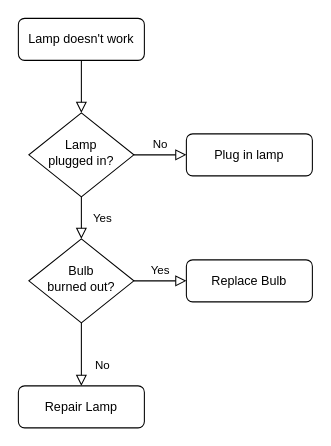
Above: TDLA跟踪序列关系图.drawio in paleblackless/diagrams (draw.io), before the change. Source tidied: cells renumbered, new cells numbered last; positions are measured from the earlier drawing's top-left corner, leaving out a move shared by most shapes. Both pictures are drawn from the tidied source at 105%, with x=0, y=0 at pixel (18, 18).
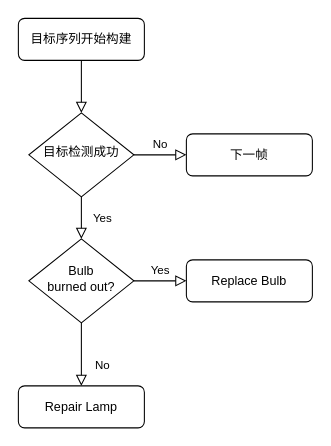
The same page after the edit.

Commit message:
更新TDLA跟踪序列关系图.drawio

The edit, as a diff of the source:
```diff
@@
 <mxGraphModel>
   <root>
     <mxCell id="0" />
     <mxCell id="1" parent="0" />
     <mxCell id="2" style="rounded=0;html=1;jettySize=auto;fontSize=11;endArrow=block;endFill=0;endSize=8;strokeWidth=1;shadow=0;labelBackgroundColor=none;edgeStyle=orthogonalEdgeStyle;" parent="1" edge="1" source="3" target="6">
       <mxGeometry relative="1" as="geometry" />
     </mxCell>
-    <mxCell id="3" value="Lamp doesn't work" style="rounded=1;whiteSpace=wrap;html=1;fontSize=12;glass=0;strokeWidth=1;shadow=0;" parent="1" vertex="1">
+    <mxCell id="3" value="目标序列开始构建" style="rounded=1;whiteSpace=wrap;html=1;fontSize=12;glass=0;strokeWidth=1;shadow=0;" parent="1" vertex="1">
       <mxGeometry width="120" height="40" as="geometry" />
     </mxCell>
     <mxCell id="4" value="Yes" style="rounded=0;html=1;jettySize=auto;fontSize=11;endArrow=block;endFill=0;endSize=8;strokeWidth=1;shadow=0;labelBackgroundColor=none;edgeStyle=orthogonalEdgeStyle;" parent="1" edge="1" source="6" target="10">
       <mxGeometry y="20" relative="1" as="geometry" />
     </mxCell>
     <mxCell id="5" value="No" style="edgeStyle=orthogonalEdgeStyle;rounded=0;html=1;jettySize=auto;fontSize=11;endArrow=block;endFill=0;endSize=8;strokeWidth=1;shadow=0;labelBackgroundColor=none;" parent="1" edge="1" source="6" target="7">
       <mxGeometry y="10" relative="1" as="geometry" />
     </mxCell>
-    <mxCell id="6" value="Lamp&lt;br&gt;plugged in?" style="rhombus;whiteSpace=wrap;html=1;shadow=0;fontFamily=Helvetica;fontSize=12;align=center;strokeWidth=1;spacing=6;spacingTop=-4;" parent="1" vertex="1">
+    <mxCell id="6" value="目标检测成功" style="rhombus;whiteSpace=wrap;html=1;shadow=0;fontFamily=Helvetica;fontSize=12;align=center;strokeWidth=1;spacing=6;spacingTop=-4;" parent="1" vertex="1">
       <mxGeometry x="10" y="90" width="100" height="80" as="geometry" />
     </mxCell>
-    <mxCell id="7" value="Plug in lamp" style="rounded=1;whiteSpace=wrap;html=1;fontSize=12;glass=0;strokeWidth=1;shadow=0;" parent="1" vertex="1">
+    <mxCell id="7" value="下一帧" style="rounded=1;whiteSpace=wrap;html=1;fontSize=12;glass=0;strokeWidth=1;shadow=0;" parent="1" vertex="1">
       <mxGeometry x="160" y="110" width="120" height="40" as="geometry" />
     </mxCell>
     <mxCell id="8" value="No" style="rounded=0;html=1;jettySize=auto;fontSize=11;endArrow=block;endFill=0;endSize=8;strokeWidth=1;shadow=0;labelBackgroundColor=none;edgeStyle=orthogonalEdgeStyle;" parent="1" edge="1" source="10" target="11">
       <mxGeometry x="0.33" y="20" relative="1" as="geometry" />
     </mxCell>
     <mxCell id="9" value="Yes" style="edgeStyle=orthogonalEdgeStyle;rounded=0;html=1;jettySize=auto;fontSize=11;endArrow=block;endFill=0;endSize=8;strokeWidth=1;shadow=0;labelBackgroundColor=none;" parent="1" edge="1" source="10" target="12">
       <mxGeometry y="10" relative="1" as="geometry" />
     </mxCell>
     <mxCell id="10" value="Bulb&lt;br&gt;burned out?" style="rhombus;whiteSpace=wrap;html=1;shadow=0;fontFamily=Helvetica;fontSize=12;align=center;strokeWidth=1;spacing=6;spacingTop=-4;" parent="1" vertex="1">
       <mxGeometry x="10" y="210" width="100" height="80" as="geometry" />
     </mxCell>
     <mxCell id="11" value="Repair Lamp" style="rounded=1;whiteSpace=wrap;html=1;fontSize=12;glass=0;strokeWidth=1;shadow=0;" parent="1" vertex="1">
       <mxGeometry y="350" width="120" height="40" as="geometry" />
     </mxCell>
     <mxCell id="12" value="Replace Bulb" style="rounded=1;whiteSpace=wrap;html=1;fontSize=12;glass=0;strokeWidth=1;shadow=0;" parent="1" vertex="1">
       <mxGeometry x="160" y="230" width="120" height="40" as="geometry" />
     </mxCell>
   </root>
 </mxGraphModel>
```
